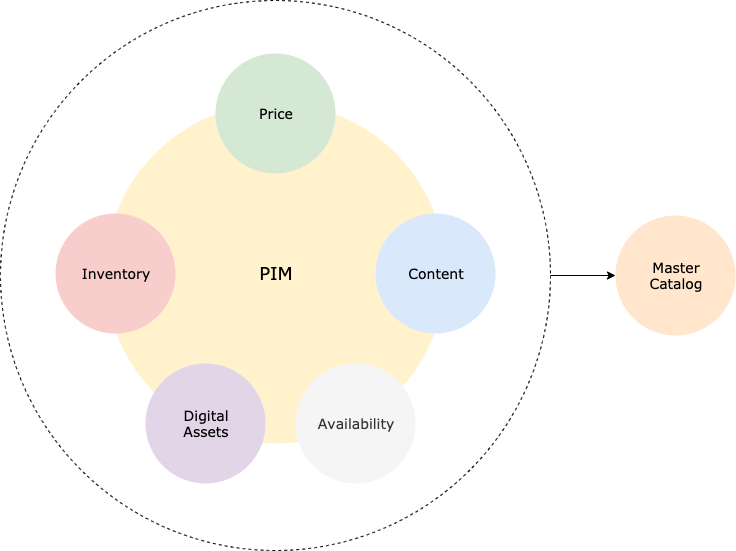
This is pim.png from renatoaguimaraes/ecommerce-pim, a draw.io export, as it was before one commit. Source tidied: cells renumbered, new cells last; positions are measured from the earlier drawing's top-left corner, leaving out a move shared by most shapes.
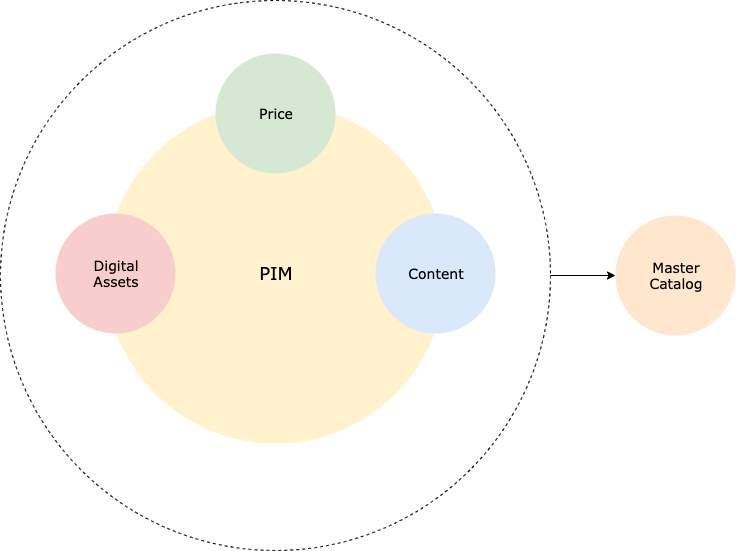
Above is the later version.

The edit, as a diff of the source:
```diff
@@ -11,18 +11,12 @@
     <mxCell id="4" value="Price" style="ellipse;whiteSpace=wrap;html=1;rounded=0;shadow=0;dashed=0;comic=0;fontFamily=Verdana;fontSize=14;fillColor=#d5e8d4;strokeColor=none;" parent="1" vertex="1">
       <mxGeometry x="215" y="53" width="120" height="120" as="geometry" />
     </mxCell>
-    <mxCell id="5" value="Digital&lt;br style=&quot;font-size: 14px;&quot;&gt;Assets" style="ellipse;whiteSpace=wrap;html=1;rounded=0;shadow=0;dashed=0;comic=0;fontFamily=Verdana;fontSize=14;fillColor=#e1d5e7;strokeColor=none;" parent="1" vertex="1">
-      <mxGeometry x="145" y="363" width="120" height="120" as="geometry" />
+    <mxCell id="5" value="Digital&lt;br style=&quot;font-size: 14px;&quot;&gt;Assets" style="ellipse;whiteSpace=wrap;html=1;rounded=0;shadow=0;dashed=0;comic=0;fontFamily=Verdana;fontSize=14;fillColor=#f8cecc;strokeColor=none;" parent="1" vertex="1">
+      <mxGeometry x="55" y="213" width="120" height="120" as="geometry" />
     </mxCell>
     <mxCell id="6" value="Content" style="ellipse;whiteSpace=wrap;html=1;rounded=0;shadow=0;dashed=0;comic=0;fontFamily=Verdana;fontSize=14;fillColor=#dae8fc;strokeColor=none;" parent="1" vertex="1">
       <mxGeometry x="375" y="213" width="120" height="120" as="geometry" />
     </mxCell>
-    <mxCell id="7" value="Inventory" style="ellipse;whiteSpace=wrap;html=1;rounded=0;shadow=0;dashed=0;comic=0;fontFamily=Verdana;fontSize=14;fillColor=#f8cecc;strokeColor=none;" parent="1" vertex="1">
-      <mxGeometry x="55" y="213" width="120" height="120" as="geometry" />
-    </mxCell>
-    <mxCell id="8" value="Availability" style="ellipse;whiteSpace=wrap;html=1;rounded=0;shadow=0;dashed=0;comic=0;fontFamily=Verdana;fontSize=14;fillColor=#f5f5f5;strokeColor=none;fontColor=#333333;" parent="1" vertex="1">
-      <mxGeometry x="295" y="363" width="120" height="120" as="geometry" />
-    </mxCell>
     <mxCell id="9" value="Master&lt;br&gt;Catalog" style="ellipse;whiteSpace=wrap;html=1;rounded=0;shadow=0;dashed=0;comic=0;fontFamily=Verdana;fontSize=14;fillColor=#ffe6cc;strokeColor=none;" parent="1" vertex="1">
       <mxGeometry x="615" y="215" width="120" height="120" as="geometry" />
     </mxCell>
```
